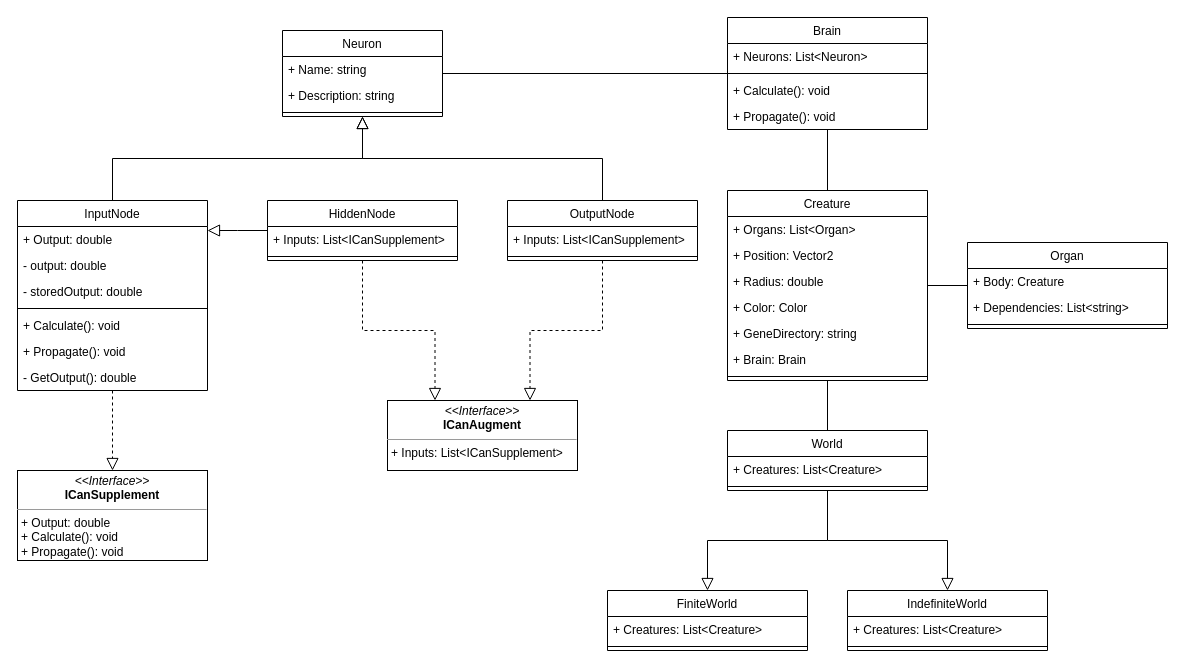
This is ClassDiagram.drawio from Exouxas/FosterScript.Core, a draw.io file, before an edit. Source tidied: cells renumbered, new cells numbered last; positions are measured from the earlier drawing's top-left corner, leaving out a move shared by most shapes. Both pictures are drawn from the tidied source at 100%, with x=0, y=0 at pixel (17, 17).
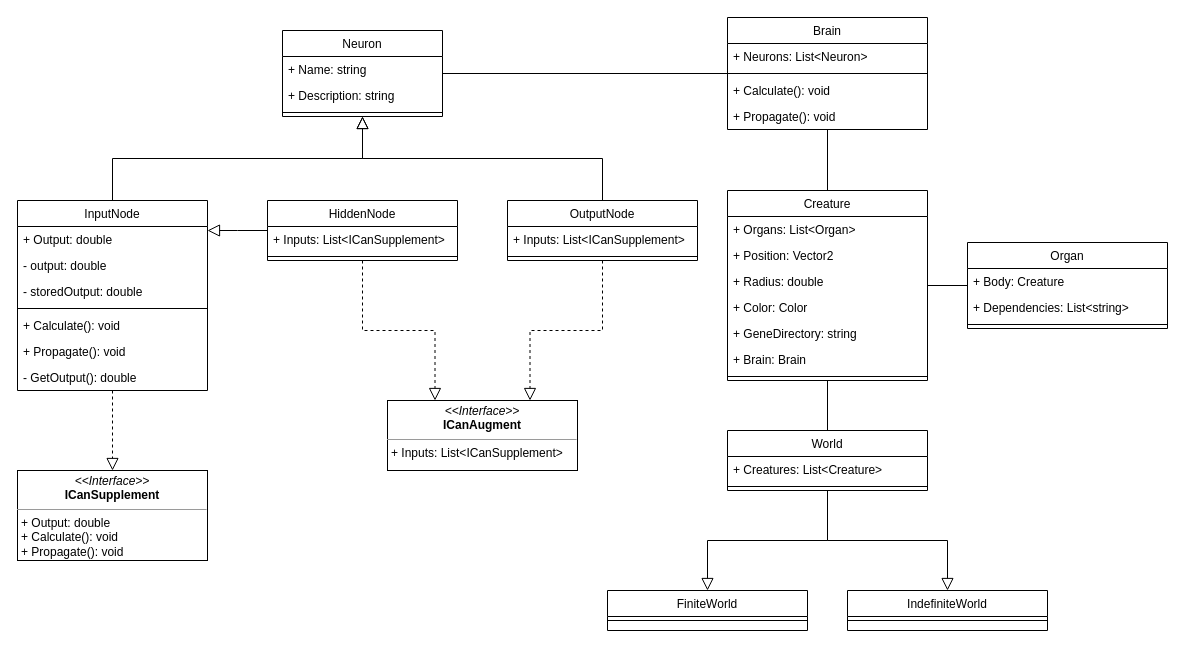
The same page after the edit.

Commit message:
Remove redundant variables

Diff of the diagram source:
```diff
@@
     <mxCell id="52" value="FiniteWorld" style="swimlane;fontStyle=0;align=center;verticalAlign=top;horizontal=1;startSize=26;rounded=0;shadow=0;strokeWidth=1;" parent="1" vertex="1">
-      <mxGeometry x="590" y="573" width="200" height="60" as="geometry" />
+      <mxGeometry x="590" y="573" width="200" height="40" as="geometry" />
     </mxCell>
-    <mxCell id="53" value="+ Creatures: List&lt;Creature&gt;" style="text;align=left;verticalAlign=top;spacingLeft=4;spacingRight=4;overflow=hidden;" parent="52" vertex="1">
-      <mxGeometry y="26" width="200" height="26" as="geometry" />
-    </mxCell>
     <mxCell id="54" style="line;html=1;strokeWidth=1;align=left;verticalAlign=middle;spacingTop=-1;spacingLeft=3;spacingRight=3;labelPosition=right;" parent="52" vertex="1">
-      <mxGeometry y="52" width="200" height="8" as="geometry" />
+      <mxGeometry y="26" width="200" height="8" as="geometry" />
     </mxCell>
@@
     <mxCell id="56" value="IndefiniteWorld" style="swimlane;fontStyle=0;align=center;verticalAlign=top;horizontal=1;startSize=26;rounded=0;shadow=0;strokeWidth=1;" parent="1" vertex="1">
-      <mxGeometry x="830" y="573" width="200" height="60" as="geometry" />
+      <mxGeometry x="830" y="573" width="200" height="40" as="geometry" />
     </mxCell>
-    <mxCell id="57" value="+ Creatures: List&lt;Creature&gt;" style="text;align=left;verticalAlign=top;spacingLeft=4;spacingRight=4;overflow=hidden;" parent="56" vertex="1">
-      <mxGeometry y="26" width="200" height="26" as="geometry" />
-    </mxCell>
     <mxCell id="58" style="line;html=1;strokeWidth=1;align=left;verticalAlign=middle;spacingTop=-1;spacingLeft=3;spacingRight=3;labelPosition=right;" parent="56" vertex="1">
-      <mxGeometry y="52" width="200" height="8" as="geometry" />
+      <mxGeometry y="26" width="200" height="8" as="geometry" />
     </mxCell>
```
